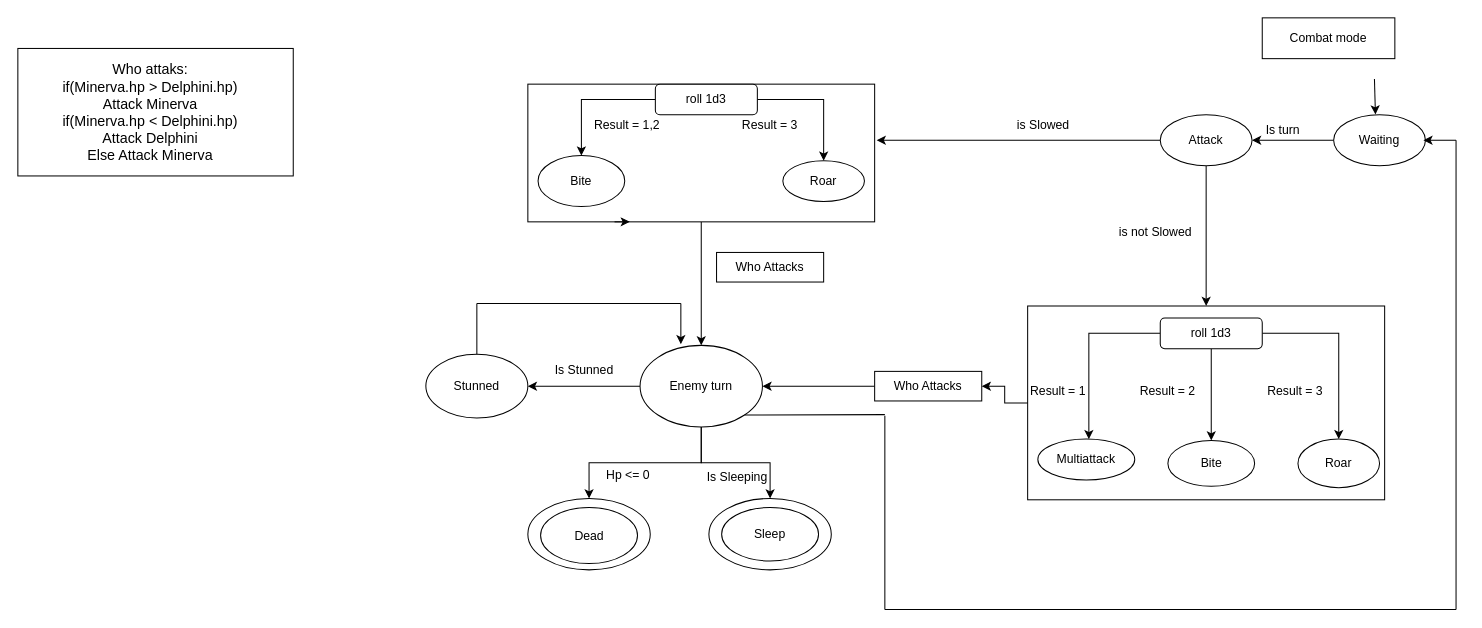
This is page "Page-1" (1 of 2) of Documentation/Pictures/Level/FSM/Cerberus_FSM_source.drawio from Sephirothbahamut/Accio-Niffler, a draw.io file, before an edit. Source tidied: cells renumbered, new cells numbered last; positions are measured from the earlier drawing's top-left corner, leaving out a move shared by most shapes. Both pictures are drawn from the tidied source at 102%, with x=0, y=0 at pixel (17, 17).
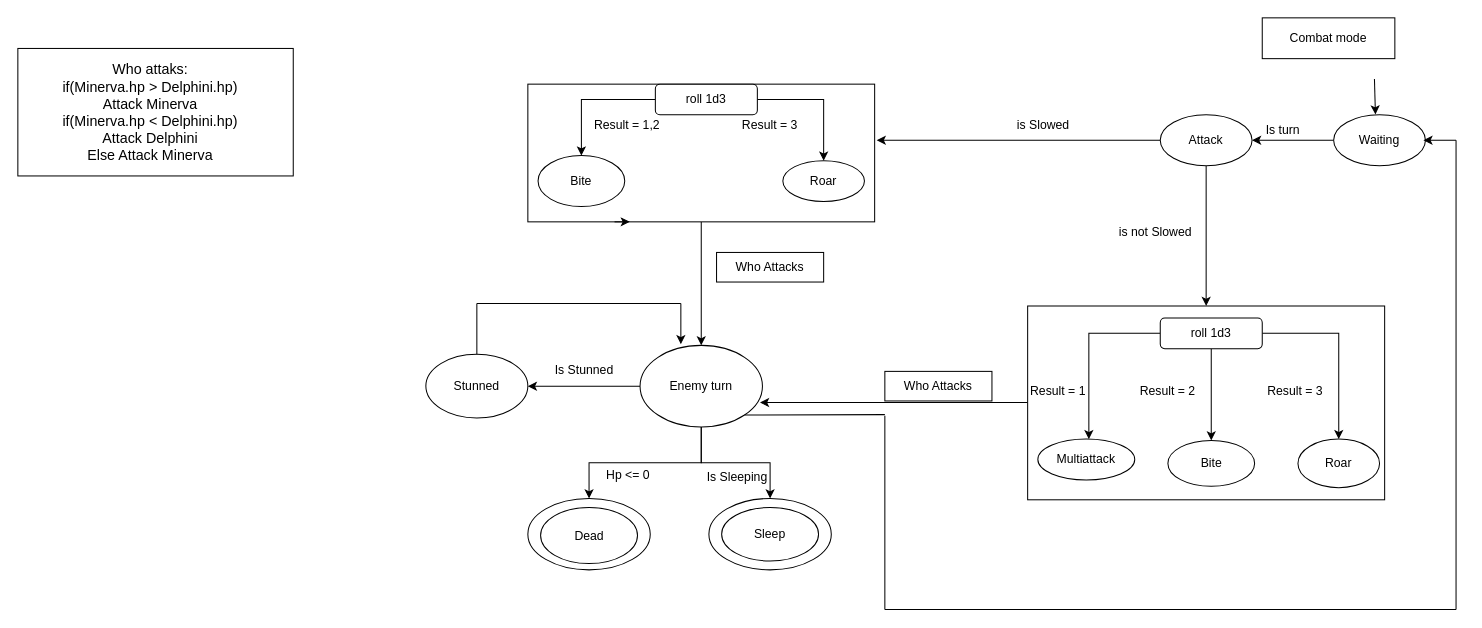
After the change.

The change refers to these unchanged cells:
```xml
<mxCell id="19" style="whiteSpace=wrap;html=1;" parent="1" vertex="1">
  <mxGeometry x="990" y="282.5" width="350" height="190" as="geometry" />
</mxCell>
<mxCell id="41" value="Enemy turn" style="ellipse;whiteSpace=wrap;html=1;" parent="1" vertex="1">
  <mxGeometry x="610" y="321.1" width="120" height="80" as="geometry" />
</mxCell>
```

Diff of the diagram source:
```diff
@@
-    <mxCell id="18" style="edgeStyle=orthogonalEdgeStyle;rounded=0;jettySize=auto;html=1;" parent="1" edge="1" source="48" target="41">
-      <mxGeometry relative="1" as="geometry" />
-    </mxCell>
+    <mxCell id="59" style="edgeStyle=orthogonalEdgeStyle;rounded=0;jettySize=auto;html=1;entryX=0.98;entryY=0.701;entryDx=0;entryDy=0;entryPerimeter=0;" parent="1" edge="1" source="19" target="41">
+      <mxGeometry relative="1" as="geometry">
+        <Array as="points">
+          <mxPoint x="860" y="378" />
+        </Array>
+      </mxGeometry>
+    </mxCell>
@@
     <mxCell id="48" value="Who Attacks" style="rounded=0;whiteSpace=wrap;html=1;" parent="1" vertex="1">
-      <mxGeometry x="840" y="346.6" width="105" height="29" as="geometry" />
+      <mxGeometry x="850" y="346.6" width="105" height="29" as="geometry" />
     </mxCell>
-    <mxCell id="49" style="edgeStyle=orthogonalEdgeStyle;rounded=0;jettySize=auto;html=1;" parent="1" edge="1" source="19" target="48">
-      <mxGeometry relative="1" as="geometry" />
-    </mxCell>
```
